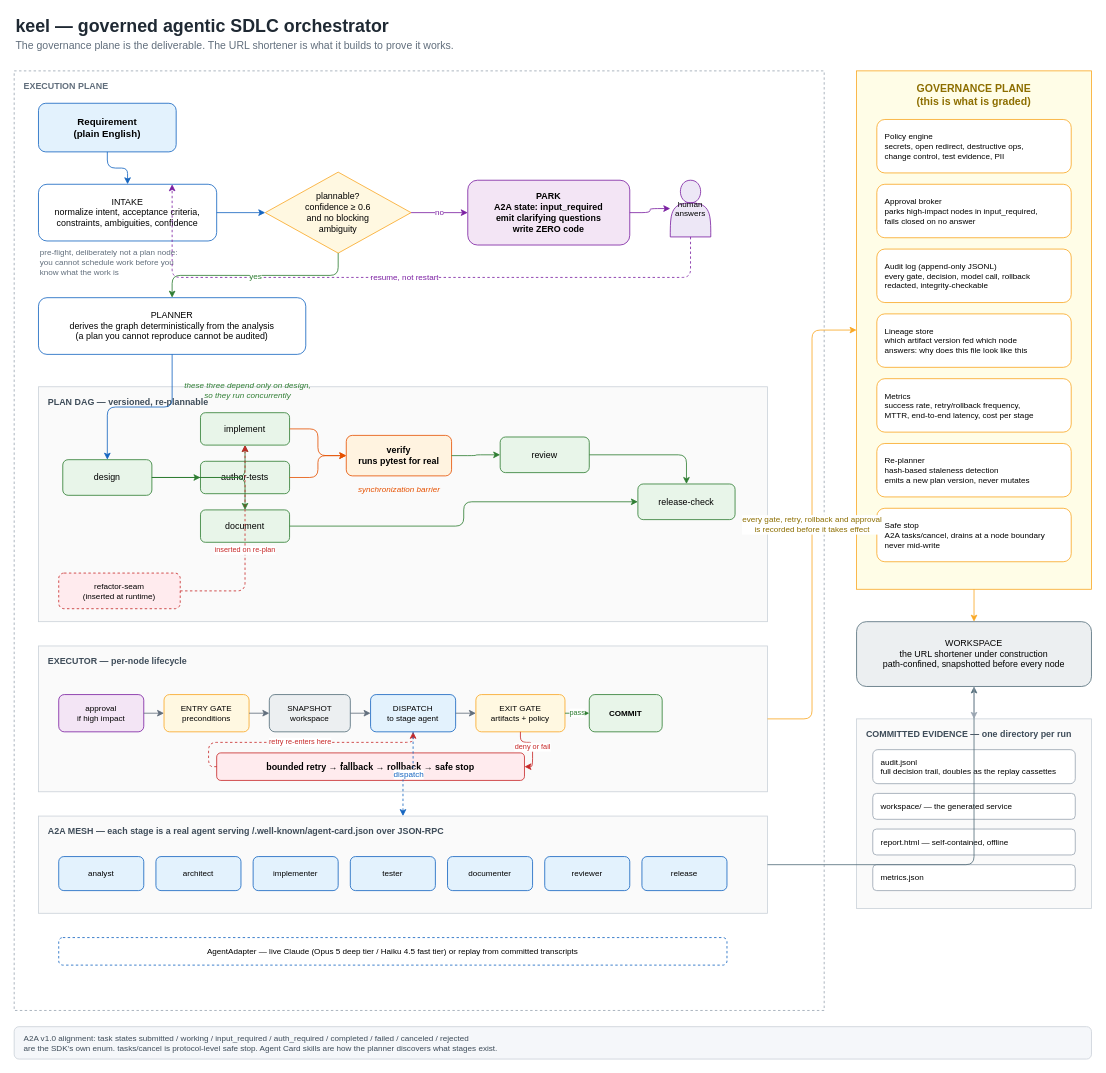
Before: docs/architecture.drawio in joeamroo/keel-agentic-sdlc, a draw.io diagram. Source tidied: cells renumbered, new cells numbered last; positions are measured from the earlier drawing's top-left corner, leaving out a move shared by most shapes. Both pictures are drawn from the tidied source at 81%, with x=0, y=0 at pixel (14, 14).
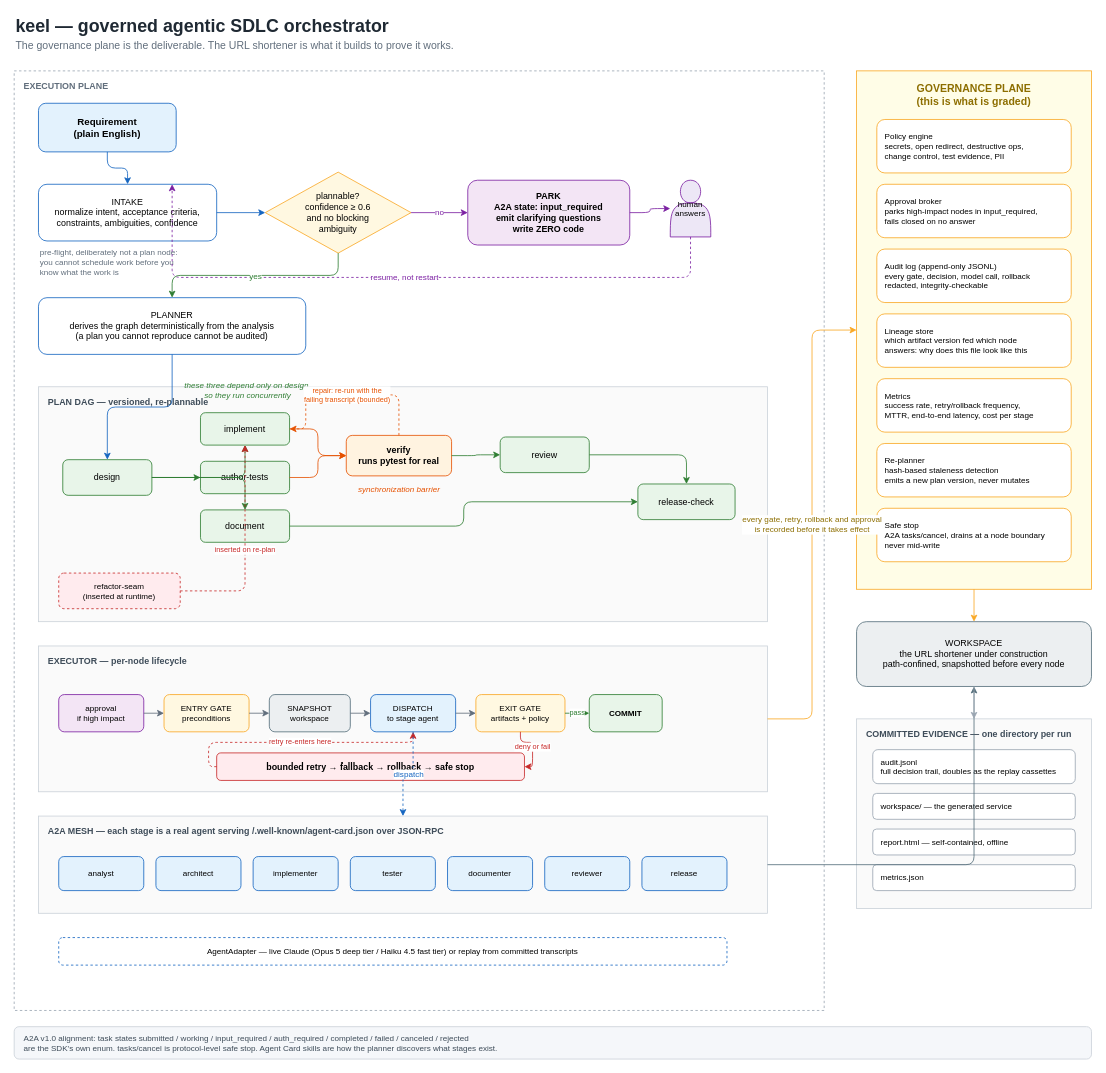
The same page after the edit.

Commit message (it also covers changes not shown here):
Repair loop: a failing test suite is evidence, not a verdict

The change refers to these unchanged cells:
```xml
<mxCell id="14" value="implement" style="rounded=1;whiteSpace=wrap;html=1;fillColor=#E8F5E9;strokeColor=#2E7D32;fontSize=11;" parent="1" vertex="1">
  <mxGeometry x="230" y="492" width="110" height="40" as="geometry" />
</mxCell>
<mxCell id="18" value="verify&#10;runs pytest for real" style="rounded=1;whiteSpace=wrap;html=1;fillColor=#FFF3E0;strokeColor=#E65100;fontSize=11;fontStyle=1;" parent="1" vertex="1">
  <mxGeometry x="410" y="520" width="130" height="50" as="geometry" />
</mxCell>
```

Diff of the diagram source:
```diff
@@
+    <mxCell id="83" value="repair: re-run with the&#10;failing transcript (bounded)" style="edgeStyle=orthogonalEdgeStyle;rounded=1;html=1;strokeColor=#E65100;dashed=1;fontSize=9;fontColor=#E65100;exitX=0.5;exitY=0;entryX=1;entryY=0.5;" parent="1" edge="1" source="18" target="14">
+      <mxGeometry relative="1" as="geometry">
+        <Array as="points">
+          <mxPoint x="475" y="470" />
+          <mxPoint x="360" y="470" />
+        </Array>
+      </mxGeometry>
+    </mxCell>
```
